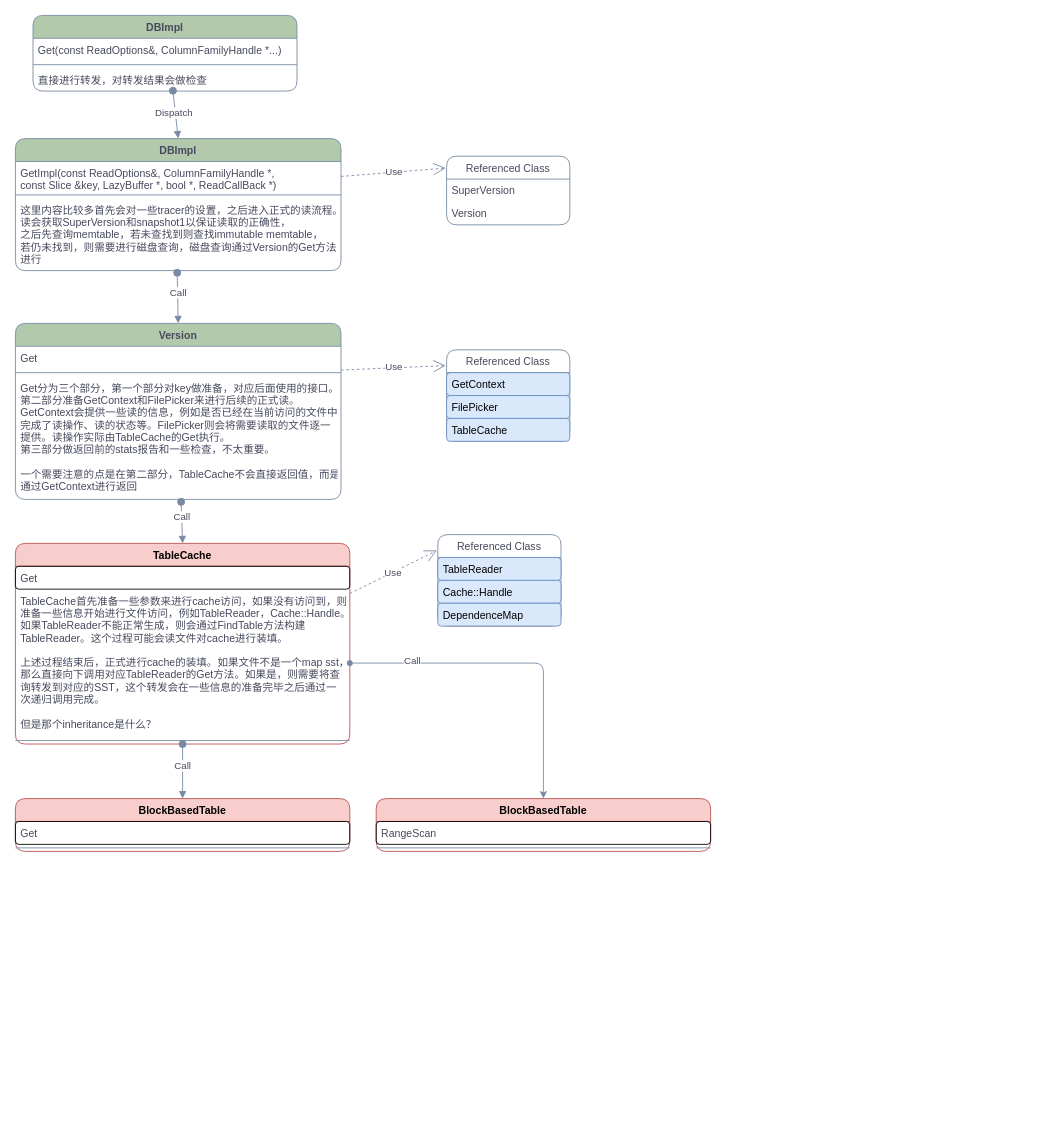
This is terarkDB.drawio from Dicridon/drawio, a draw.io file, before an edit. Source tidied: cells renumbered, new cells numbered last; positions are measured from the earlier drawing's top-left corner, leaving out a move shared by most shapes. Both pictures are drawn from the tidied source at 88%, with x=0, y=0 at pixel (15, 15).
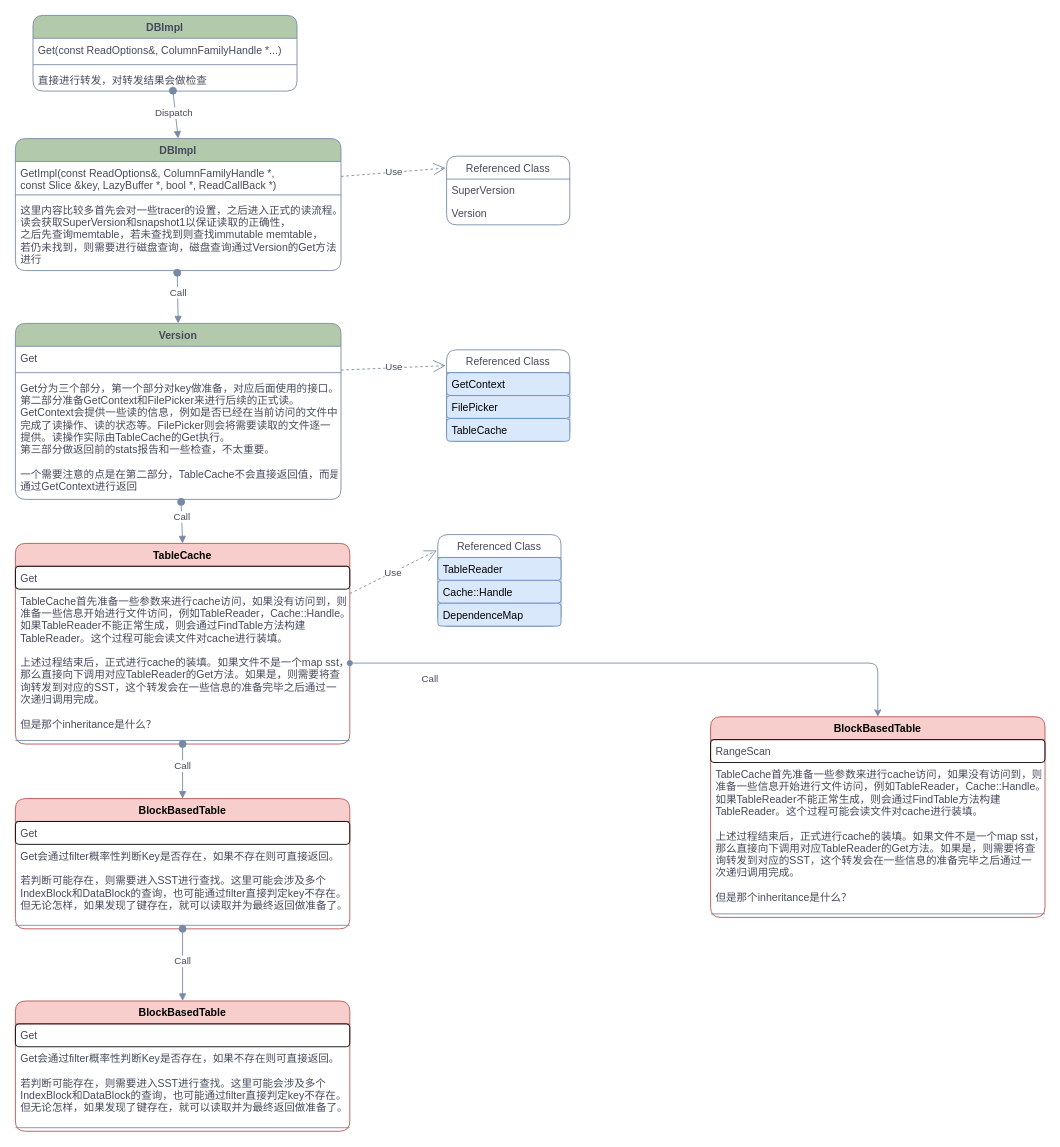
The same diagram, later.

The change refers to these unchanged cells:
```xml
<mxCell id="25" value="TableCache" style="swimlane;fontStyle=1;align=center;verticalAlign=top;horizontal=1;startSize=26;fillColor=#f8cecc;strokeColor=#b85450;rounded=1;" parent="1" vertex="1">
  <mxGeometry y="600" width="380" height="228" as="geometry" />
</mxCell>
<mxCell id="27" value="TableCache首先准备一些参数来进行cache访问，如果没有访问到，则&#10;准备一些信息开始进行文件访问，例如TableReader，Cache::Handle。&#10;如果TableReader不能正常生成，则会通过FindTable方法构建&#10;TableReader。这个过程可能会读文件对cache进行装填。&#10;&#10;上述过程结束后，正式进行cache的装填。如果文件不是一个map sst，&#10;那么直接向下调用对应TableReader的Get方法。如果是，则需要将查&#10;询转发到对应的SST，这个转发会在一些信息的准备完毕之后通过一&#10;次递归调用完成。&#10;&#10;但是那个inheritance是什么？" style="text;strokeColor=none;fillColor=none;align=left;verticalAlign=top;spacingLeft=4;spacingRight=4;overflow=hidden;points=[[0,0.5],[1,0.5]];portConstraint=eastwest;fontColor=#46495D;rounded=1;" parent="25" vertex="1">
  <mxGeometry y="52" width="380" height="168" as="geometry" />
</mxCell>
```

What changed in the source:
```diff
@@
-    <mxCell id="35" value="BlockBasedTable" style="swimlane;fontStyle=1;align=center;verticalAlign=top;horizontal=1;startSize=26;fillColor=#f8cecc;strokeColor=#b85450;rounded=1;" parent="1" vertex="1">
-      <mxGeometry y="890" width="380" height="60" as="geometry" />
-    </mxCell>
-    <mxCell id="36" value="Get" style="text;strokeColor=default;fillColor=none;align=left;verticalAlign=top;spacingLeft=4;spacingRight=4;overflow=hidden;fontColor=#46495D;rounded=1;" parent="35" vertex="1">
-      <mxGeometry y="26" width="380" height="26" as="geometry" />
-    </mxCell>
-    <mxCell id="37" style="line;strokeWidth=1;fillColor=none;align=left;verticalAlign=middle;spacingTop=-1;spacingLeft=3;spacingRight=3;labelPosition=right;strokeColor=#788AA3;fontColor=#46495D;rounded=1;" parent="35" vertex="1">
-      <mxGeometry y="52" width="380" height="8" as="geometry" />
-    </mxCell>
-    <mxCell id="38" value="Call" style="html=1;verticalAlign=bottom;startArrow=oval;startFill=1;endArrow=block;startSize=8;rounded=1;entryX=0.5;entryY=0;entryDx=0;entryDy=0;strokeColor=#788AA3;fontColor=#46495D;exitX=0.5;exitY=1;exitDx=0;exitDy=0;" parent="1" edge="1" source="25" target="35">
-      <mxGeometry x="0.11" relative="1" as="geometry" />
+    <mxCell id="38" value="Call" style="html=1;verticalAlign=bottom;startArrow=oval;startFill=1;endArrow=block;startSize=8;rounded=1;entryX=0.5;entryY=0;entryDx=0;entryDy=0;strokeColor=#788AA3;fontColor=#46495D;exitX=0.5;exitY=1;exitDx=0;exitDy=0;" parent="1" edge="1" source="25">
+      <mxGeometry x="0.11" relative="1" as="geometry">
+        <mxPoint x="190" y="890" as="targetPoint" />
+      </mxGeometry>
     </mxCell>
-    <mxCell id="39" value="BlockBasedTable" style="swimlane;fontStyle=1;align=center;verticalAlign=top;horizontal=1;startSize=26;fillColor=#f8cecc;strokeColor=#b85450;rounded=1;" parent="1" vertex="1">
-      <mxGeometry x="410" y="890" width="380" height="60" as="geometry" />
-    </mxCell>
-    <mxCell id="40" value="RangeScan" style="text;strokeColor=default;fillColor=none;align=left;verticalAlign=top;spacingLeft=4;spacingRight=4;overflow=hidden;fontColor=#46495D;rounded=1;" parent="39" vertex="1">
-      <mxGeometry y="26" width="380" height="26" as="geometry" />
-    </mxCell>
-    <mxCell id="41" style="line;strokeWidth=1;fillColor=none;align=left;verticalAlign=middle;spacingTop=-1;spacingLeft=3;spacingRight=3;labelPosition=right;strokeColor=#788AA3;fontColor=#46495D;rounded=1;" parent="39" vertex="1">
-      <mxGeometry y="52" width="380" height="8" as="geometry" />
-    </mxCell>
-    <mxCell id="42" style="edgeStyle=orthogonalEdgeStyle;rounded=1;jettySize=auto;html=1;entryX=0.5;entryY=0;entryDx=0;entryDy=0;fontColor=#46495D;strokeColor=#788AA3;fillColor=#B2C9AB;startArrow=oval;startFill=1;" parent="1" edge="1" source="27" target="39">
+    <mxCell id="42" style="edgeStyle=orthogonalEdgeStyle;rounded=1;jettySize=auto;html=1;entryX=0.5;entryY=0;entryDx=0;entryDy=0;fontColor=#46495D;strokeColor=#788AA3;fillColor=#B2C9AB;startArrow=oval;startFill=1;" parent="1" edge="1" source="27" target="48">
       <mxGeometry relative="1" as="geometry" />
     </mxCell>
     <mxCell id="43" value="&lt;span style=&quot;color: rgb(70, 73, 93); font-family: Helvetica; font-size: 11px; font-style: normal; font-variant-ligatures: normal; font-variant-caps: normal; font-weight: 400; letter-spacing: normal; orphans: 2; text-align: center; text-indent: 0px; text-transform: none; widows: 2; word-spacing: 0px; -webkit-text-stroke-width: 0px; background-color: rgb(255, 255, 255); text-decoration-thickness: initial; text-decoration-style: initial; text-decoration-color: initial; float: none; display: inline !important;&quot;&gt;Call&lt;/span&gt;" style="text;whiteSpace=wrap;html=1;fontColor=#46495D;" parent="1" vertex="1">
-      <mxGeometry x="440" y="720" width="30" height="20" as="geometry" />
+      <mxGeometry x="460" y="740" width="30" height="40" as="geometry" />
     </mxCell>
+    <mxCell id="44" value="BlockBasedTable" style="swimlane;fontStyle=1;align=center;verticalAlign=top;horizontal=1;startSize=26;fillColor=#f8cecc;strokeColor=#b85450;rounded=1;" parent="1" vertex="1">
+      <mxGeometry y="890" width="380" height="148" as="geometry" />
+    </mxCell>
+    <mxCell id="45" value="Get" style="text;strokeColor=default;fillColor=none;align=left;verticalAlign=top;spacingLeft=4;spacingRight=4;overflow=hidden;fontColor=#46495D;rounded=1;" parent="44" vertex="1">
+      <mxGeometry y="26" width="380" height="26" as="geometry" />
+    </mxCell>
+    <mxCell id="46" value="Get会通过filter概率性判断Key是否存在，如果不存在则可直接返回。&#10;&#10;若判断可能存在，则需要进入SST进行查找。这里可能会涉及多个&#10;IndexBlock和DataBlock的查询，也可能通过filter直接判定key不存在。&#10;但无论怎样，如果发现了键存在，就可以读取并为最终返回做准备了。" style="text;strokeColor=none;fillColor=none;align=left;verticalAlign=top;spacingLeft=4;spacingRight=4;overflow=hidden;fontColor=#46495D;rounded=1;" parent="44" vertex="1">
+      <mxGeometry y="52" width="380" height="88" as="geometry" />
+    </mxCell>
+    <mxCell id="47" style="line;strokeWidth=1;fillColor=none;align=left;verticalAlign=middle;spacingTop=-1;spacingLeft=3;spacingRight=3;labelPosition=right;strokeColor=#788AA3;fontColor=#46495D;rounded=1;" parent="44" vertex="1">
+      <mxGeometry y="140" width="380" height="8" as="geometry" />
+    </mxCell>
+    <mxCell id="48" value="BlockBasedTable" style="swimlane;fontStyle=1;align=center;verticalAlign=top;horizontal=1;startSize=26;fillColor=#f8cecc;strokeColor=#b85450;rounded=1;" parent="1" vertex="1">
+      <mxGeometry x="790" y="797" width="380" height="228" as="geometry" />
+    </mxCell>
+    <mxCell id="40" value="RangeScan" style="text;strokeColor=default;fillColor=none;align=left;verticalAlign=top;spacingLeft=4;spacingRight=4;overflow=hidden;fontColor=#46495D;rounded=1;" parent="48" vertex="1">
+      <mxGeometry y="26" width="380" height="26" as="geometry" />
+    </mxCell>
+    <mxCell id="49" value="TableCache首先准备一些参数来进行cache访问，如果没有访问到，则&#10;准备一些信息开始进行文件访问，例如TableReader，Cache::Handle。&#10;如果TableReader不能正常生成，则会通过FindTable方法构建&#10;TableReader。这个过程可能会读文件对cache进行装填。&#10;&#10;上述过程结束后，正式进行cache的装填。如果文件不是一个map sst，&#10;那么直接向下调用对应TableReader的Get方法。如果是，则需要将查&#10;询转发到对应的SST，这个转发会在一些信息的准备完毕之后通过一&#10;次递归调用完成。&#10;&#10;但是那个inheritance是什么？" style="text;strokeColor=none;fillColor=none;align=left;verticalAlign=top;spacingLeft=4;spacingRight=4;overflow=hidden;fontColor=#46495D;rounded=1;" parent="48" vertex="1">
+      <mxGeometry y="52" width="380" height="168" as="geometry" />
+    </mxCell>
+    <mxCell id="50" style="line;strokeWidth=1;fillColor=none;align=left;verticalAlign=middle;spacingTop=-1;spacingLeft=3;spacingRight=3;labelPosition=right;strokeColor=#788AA3;fontColor=#46495D;rounded=1;" parent="48" vertex="1">
+      <mxGeometry y="220" width="380" height="8" as="geometry" />
+    </mxCell>
+    <mxCell id="51" value="BlockBasedTable" style="swimlane;fontStyle=1;align=center;verticalAlign=top;horizontal=1;startSize=26;fillColor=#f8cecc;strokeColor=#b85450;rounded=1;" parent="1" vertex="1">
+      <mxGeometry y="1120" width="380" height="148" as="geometry" />
+    </mxCell>
+    <mxCell id="52" value="Get" style="text;strokeColor=default;fillColor=none;align=left;verticalAlign=top;spacingLeft=4;spacingRight=4;overflow=hidden;fontColor=#46495D;rounded=1;" parent="51" vertex="1">
+      <mxGeometry y="26" width="380" height="26" as="geometry" />
+    </mxCell>
+    <mxCell id="53" value="Get会通过filter概率性判断Key是否存在，如果不存在则可直接返回。&#10;&#10;若判断可能存在，则需要进入SST进行查找。这里可能会涉及多个&#10;IndexBlock和DataBlock的查询，也可能通过filter直接判定key不存在。&#10;但无论怎样，如果发现了键存在，就可以读取并为最终返回做准备了。" style="text;strokeColor=none;fillColor=none;align=left;verticalAlign=top;spacingLeft=4;spacingRight=4;overflow=hidden;fontColor=#46495D;rounded=1;" parent="51" vertex="1">
+      <mxGeometry y="52" width="380" height="88" as="geometry" />
+    </mxCell>
+    <mxCell id="54" style="line;strokeWidth=1;fillColor=none;align=left;verticalAlign=middle;spacingTop=-1;spacingLeft=3;spacingRight=3;labelPosition=right;strokeColor=#788AA3;fontColor=#46495D;rounded=1;" parent="51" vertex="1">
+      <mxGeometry y="140" width="380" height="8" as="geometry" />
+    </mxCell>
+    <mxCell id="55" value="Call" style="html=1;verticalAlign=bottom;startArrow=oval;startFill=1;endArrow=block;startSize=8;rounded=1;entryX=0.5;entryY=0;entryDx=0;entryDy=0;strokeColor=#788AA3;fontColor=#46495D;exitX=0.5;exitY=1;exitDx=0;exitDy=0;" parent="1" edge="1" source="44" target="51">
+      <mxGeometry x="0.11" relative="1" as="geometry" />
+    </mxCell>
```
